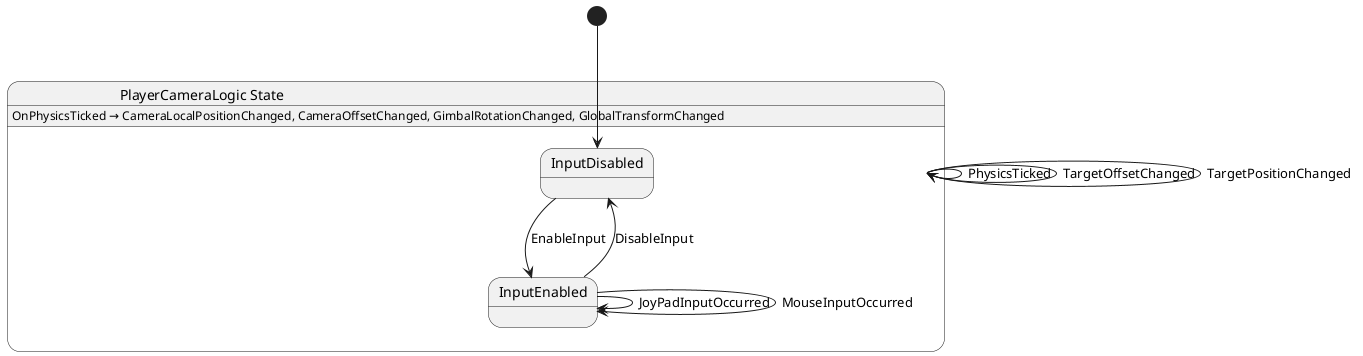
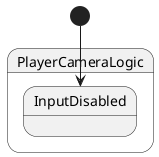
@startuml PlayerCameraLogic
- state "PlayerCameraLogic State" as GameDemo_PlayerCameraLogic_State {
-   state "InputDisabled" as GameDemo_PlayerCameraLogic_State_InputDisabled
-   state "InputEnabled" as GameDemo_PlayerCameraLogic_State_InputEnabled
+ state PlayerCameraLogic {
+   state InputDisabled
}

- GameDemo_PlayerCameraLogic_State --> GameDemo_PlayerCameraLogic_State : PhysicsTicked
- GameDemo_PlayerCameraLogic_State --> GameDemo_PlayerCameraLogic_State : TargetOffsetChanged
- GameDemo_PlayerCameraLogic_State --> GameDemo_PlayerCameraLogic_State : TargetPositionChanged
- GameDemo_PlayerCameraLogic_State_InputDisabled --> GameDemo_PlayerCameraLogic_State_InputEnabled : EnableInput
- GameDemo_PlayerCameraLogic_State_InputEnabled --> GameDemo_PlayerCameraLogic_State_InputDisabled : DisableInput
- GameDemo_PlayerCameraLogic_State_InputEnabled --> GameDemo_PlayerCameraLogic_State_InputEnabled : JoyPadInputOccurred
- GameDemo_PlayerCameraLogic_State_InputEnabled --> GameDemo_PlayerCameraLogic_State_InputEnabled : MouseInputOccurred
- 
- GameDemo_PlayerCameraLogic_State : OnPhysicsTicked → CameraLocalPositionChanged, CameraOffsetChanged, GimbalRotationChanged, GlobalTransformChanged
- 
- [*] --> GameDemo_PlayerCameraLogic_State_InputDisabled
+ [*] --> InputDisabled
@enduml